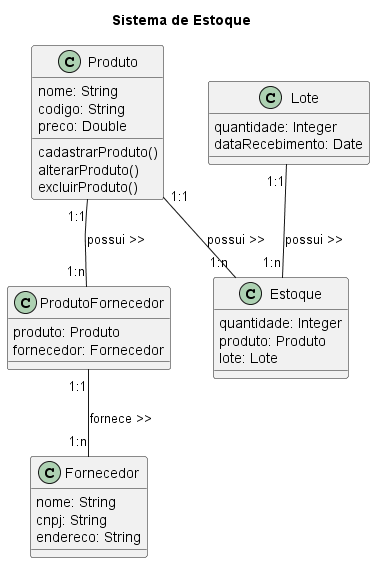
Earlier version of the PlantUML export atividade_diagrama_classes/sistema_estoque.png (luiz-david05/APS-2024.2).
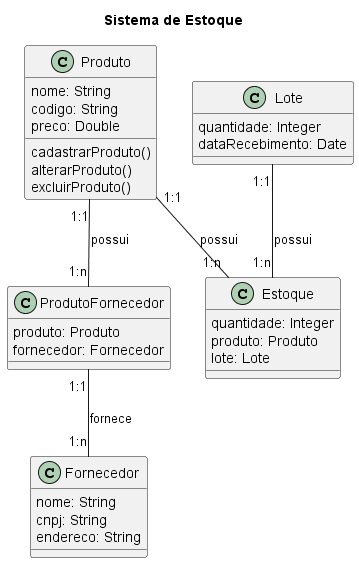
Above is the later version.

Commit message:
att erro no diagrama

Diff of the diagram source:
```diff
@@ -31,9 +31,9 @@
     fornecedor: Fornecedor
 }
 
-Produto "1:1" -- "1:n" Estoque: possui >>
-Produto "1:1" -- "1:n" ProdutoFornecedor: possui >>
-ProdutoFornecedor "1:1" -- "1:n" Fornecedor: fornece >>
-Lote "1:1" -- "1:n" Estoque: possui >>
+Produto "1:1" -- "1:n" Estoque: possui
+Produto "1:1" -- "1:n" ProdutoFornecedor: possui
+ProdutoFornecedor "1:1" -- "1:n" Fornecedor: fornece
+Lote "1:1" -- "1:n" Estoque: possui
 
 @enduml
```
